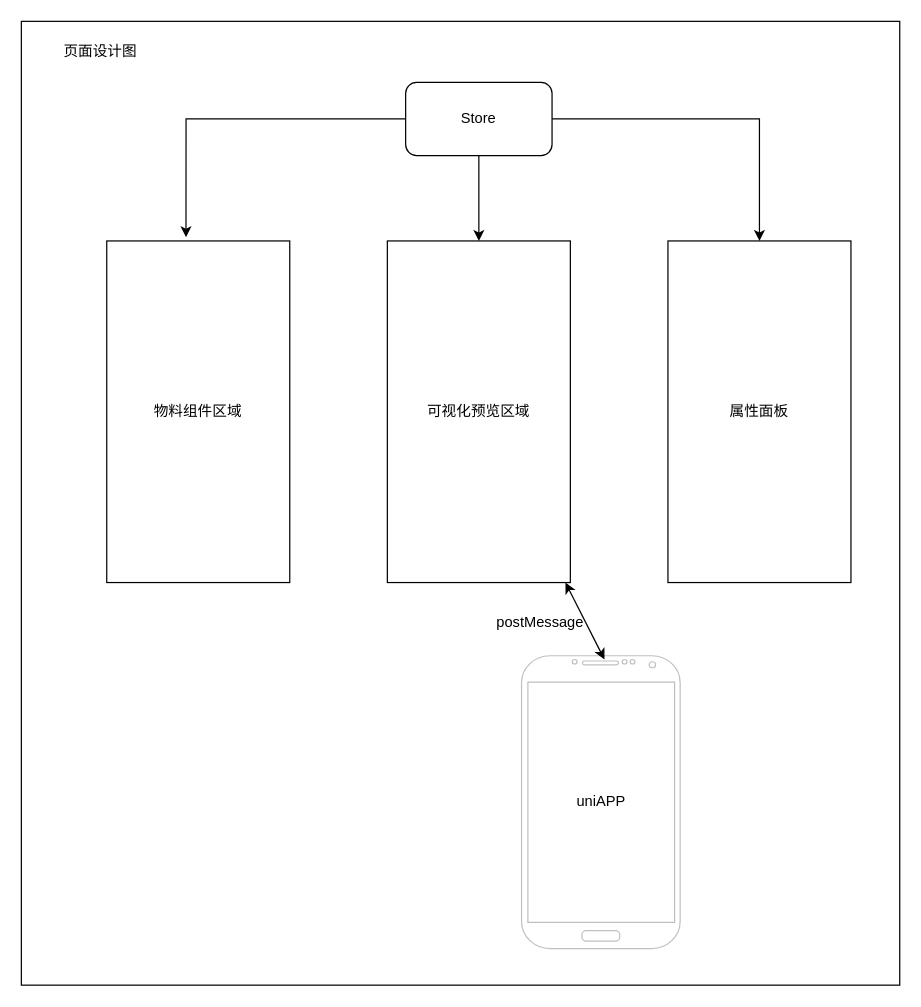
This is 平台设计图.drawio from yuxinyu12345/diagrams, a draw.io file, before an edit. Source tidied: cells renumbered, new cells numbered last; positions are measured from the earlier drawing's top-left corner, leaving out a move shared by most shapes. Both pictures are drawn from the tidied source at 122%, with x=0, y=0 at pixel (21, 21).
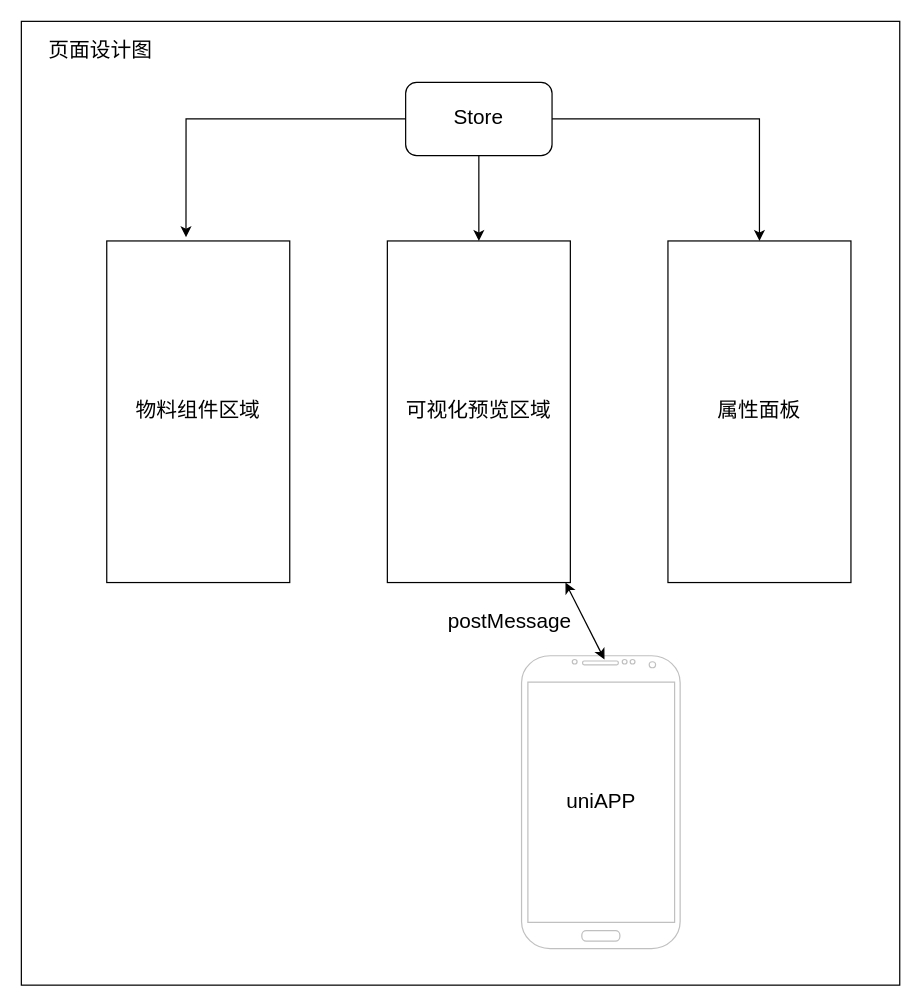
After the change.

Commit message:
更新平台设计图.drawio

Diff of the diagram source:
```diff
@@
 <mxGraphModel>
   <root>
     <mxCell id="0" />
     <mxCell id="1" parent="0" />
-    <mxCell id="2" style="rounded=0;whiteSpace=wrap;html=1;" parent="1" vertex="1">
+    <mxCell id="2" style="rounded=0;whiteSpace=wrap;html=1;fontSize=17;" parent="1" vertex="1">
       <mxGeometry width="720" height="790" as="geometry" />
     </mxCell>
-    <mxCell id="3" value="物料组件区域" style="rounded=0;whiteSpace=wrap;html=1;" parent="1" vertex="1">
+    <mxCell id="3" value="物料组件区域" style="rounded=0;whiteSpace=wrap;html=1;fontSize=17;" parent="1" vertex="1">
       <mxGeometry x="70" y="180" width="150" height="280" as="geometry" />
     </mxCell>
-    <mxCell id="4" value="可视化预览区域" style="rounded=0;whiteSpace=wrap;html=1;" parent="1" vertex="1">
+    <mxCell id="4" value="可视化预览区域" style="rounded=0;whiteSpace=wrap;html=1;fontSize=17;" parent="1" vertex="1">
       <mxGeometry x="300" y="180" width="150" height="280" as="geometry" />
     </mxCell>
-    <mxCell id="5" value="属性面板" style="rounded=0;whiteSpace=wrap;html=1;" parent="1" vertex="1">
+    <mxCell id="5" value="属性面板" style="rounded=0;whiteSpace=wrap;html=1;fontSize=17;" parent="1" vertex="1">
       <mxGeometry x="530" y="180" width="150" height="280" as="geometry" />
     </mxCell>
-    <mxCell id="6" style="verticalLabelPosition=bottom;verticalAlign=top;html=1;shadow=0;dashed=0;strokeWidth=1;shape=mxgraph.android.phone2;strokeColor=#c0c0c0;" parent="1" vertex="1">
+    <mxCell id="6" style="verticalLabelPosition=bottom;verticalAlign=top;html=1;shadow=0;dashed=0;strokeWidth=1;shape=mxgraph.android.phone2;strokeColor=#c0c0c0;fontSize=17;" parent="1" vertex="1">
       <mxGeometry x="410" y="520" width="130" height="240" as="geometry" />
     </mxCell>
-    <mxCell id="7" style="endArrow=classic;startArrow=classic;html=1;rounded=0;exitX=0.523;exitY=0.013;exitDx=0;exitDy=0;exitPerimeter=0;" parent="1" edge="1" source="6" target="4">
+    <mxCell id="7" style="endArrow=classic;startArrow=classic;html=1;rounded=0;exitX=0.523;exitY=0.013;exitDx=0;exitDy=0;exitPerimeter=0;fontSize=17;" parent="1" edge="1" source="6" target="4">
       <mxGeometry relative="1" as="geometry" />
     </mxCell>
-    <mxCell id="8" value="postMessage" style="text;html=1;align=center;verticalAlign=middle;strokeColor=none;fillColor=none;" parent="1" vertex="1">
-      <mxGeometry x="380" y="478" width="90" height="30" as="geometry" />
+    <mxCell id="8" value="postMessage" style="text;html=1;align=center;verticalAlign=middle;strokeColor=none;fillColor=none;fontSize=17;" parent="1" vertex="1">
+      <mxGeometry x="340" y="478" width="120" height="30" as="geometry" />
     </mxCell>
-    <mxCell id="9" style="edgeStyle=orthogonalEdgeStyle;rounded=0;jettySize=auto;html=1;exitX=1;exitY=0.5;exitDx=0;exitDy=0;entryX=0.5;entryY=0;entryDx=0;entryDy=0;" parent="1" edge="1" source="11" target="5">
+    <mxCell id="9" style="edgeStyle=orthogonalEdgeStyle;rounded=0;jettySize=auto;html=1;exitX=1;exitY=0.5;exitDx=0;exitDy=0;entryX=0.5;entryY=0;entryDx=0;entryDy=0;fontSize=17;" parent="1" edge="1" source="11" target="5">
       <mxGeometry relative="1" as="geometry" />
     </mxCell>
-    <mxCell id="10" style="edgeStyle=orthogonalEdgeStyle;rounded=0;jettySize=auto;html=1;exitX=0.5;exitY=1;exitDx=0;exitDy=0;" parent="1" edge="1" source="11" target="4">
+    <mxCell id="10" style="edgeStyle=orthogonalEdgeStyle;rounded=0;jettySize=auto;html=1;exitX=0.5;exitY=1;exitDx=0;exitDy=0;fontSize=17;" parent="1" edge="1" source="11" target="4">
       <mxGeometry relative="1" as="geometry" />
     </mxCell>
-    <mxCell id="11" value="Store" style="rounded=1;whiteSpace=wrap;html=1;" parent="1" vertex="1">
+    <mxCell id="11" value="Store" style="rounded=1;whiteSpace=wrap;html=1;fontSize=17;" parent="1" vertex="1">
       <mxGeometry x="315" y="50" width="120" height="60" as="geometry" />
     </mxCell>
-    <mxCell id="12" style="edgeStyle=orthogonalEdgeStyle;rounded=0;jettySize=auto;html=1;exitX=0;exitY=0.5;exitDx=0;exitDy=0;entryX=0.433;entryY=-0.011;entryDx=0;entryDy=0;entryPerimeter=0;" parent="1" edge="1" source="11" target="3">
+    <mxCell id="12" style="edgeStyle=orthogonalEdgeStyle;rounded=0;jettySize=auto;html=1;exitX=0;exitY=0.5;exitDx=0;exitDy=0;entryX=0.433;entryY=-0.011;entryDx=0;entryDy=0;entryPerimeter=0;fontSize=17;" parent="1" edge="1" source="11" target="3">
       <mxGeometry relative="1" as="geometry" />
     </mxCell>
-    <mxCell id="13" value="uniAPP" style="text;html=1;align=center;verticalAlign=middle;strokeColor=none;fillColor=none;" parent="1" vertex="1">
-      <mxGeometry x="445" y="625" width="60" height="30" as="geometry" />
+    <mxCell id="13" value="uniAPP" style="text;html=1;align=center;verticalAlign=middle;strokeColor=none;fillColor=none;fontSize=17;" parent="1" vertex="1">
+      <mxGeometry x="435" y="625" width="80" height="30" as="geometry" />
     </mxCell>
-    <mxCell id="14" value="页面设计图" style="text;html=1;strokeColor=none;fillColor=none;align=center;verticalAlign=middle;whiteSpace=wrap;rounded=0;" parent="1" vertex="1">
+    <mxCell id="14" value="页面设计图" style="text;html=1;strokeColor=none;fillColor=none;align=center;verticalAlign=middle;whiteSpace=wrap;rounded=0;fontSize=17;" parent="1" vertex="1">
       <mxGeometry x="20" y="10" width="90" height="30" as="geometry" />
     </mxCell>
   </root>
 </mxGraphModel>
```
